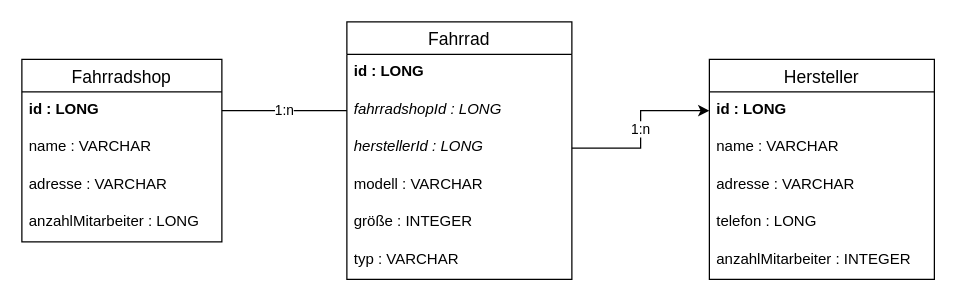
This is Datenmodell Fahrradshop.drawio from fbubeck/VertSys, a draw.io file, before an edit. Source tidied: cells renumbered, new cells numbered last; positions are measured from the earlier drawing's top-left corner, leaving out a move shared by most shapes. Both pictures are drawn from the tidied source at 125%, with x=0, y=0 at pixel (21, 21).
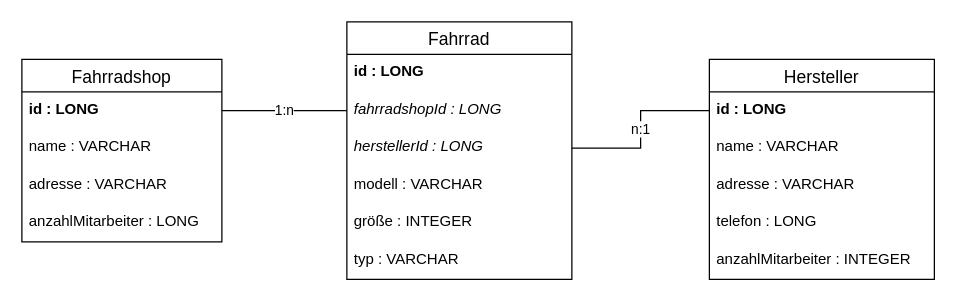
The same page after the edit.

Unchanged cells that the change refers to:
```xml
<mxCell id="8" value="id : LONG" style="text;strokeColor=none;fillColor=none;spacingLeft=4;spacingRight=4;overflow=hidden;points=[[0,0.5],[1,0.5]];portConstraint=eastwest;fontSize=12;fontStyle=1;" parent="7" vertex="1">
  <mxGeometry y="26" width="180" height="30" as="geometry" />
</mxCell>
<mxCell id="16" value="herstellerId : LONG" style="text;strokeColor=none;fillColor=none;spacingLeft=4;spacingRight=4;overflow=hidden;points=[[0,0.5],[1,0.5]];portConstraint=eastwest;fontSize=12;fontStyle=2;" parent="13" vertex="1">
  <mxGeometry y="86" width="180" height="30" as="geometry" />
</mxCell>
```

Diff of the diagram source:
```diff
@@
-    <mxCell id="21" value="1:n" style="edgeStyle=orthogonalEdgeStyle;rounded=0;jettySize=auto;html=1;entryX=0;entryY=0.5;entryDx=0;entryDy=0;" parent="1" edge="1" source="16" target="8">
+    <mxCell id="21" value="n:1" style="edgeStyle=orthogonalEdgeStyle;rounded=0;jettySize=auto;html=1;entryX=0;entryY=0.5;entryDx=0;entryDy=0;endArrow=none;endFill=0;" parent="1" edge="1" source="16" target="8">
       <mxGeometry relative="1" as="geometry" />
     </mxCell>
```
